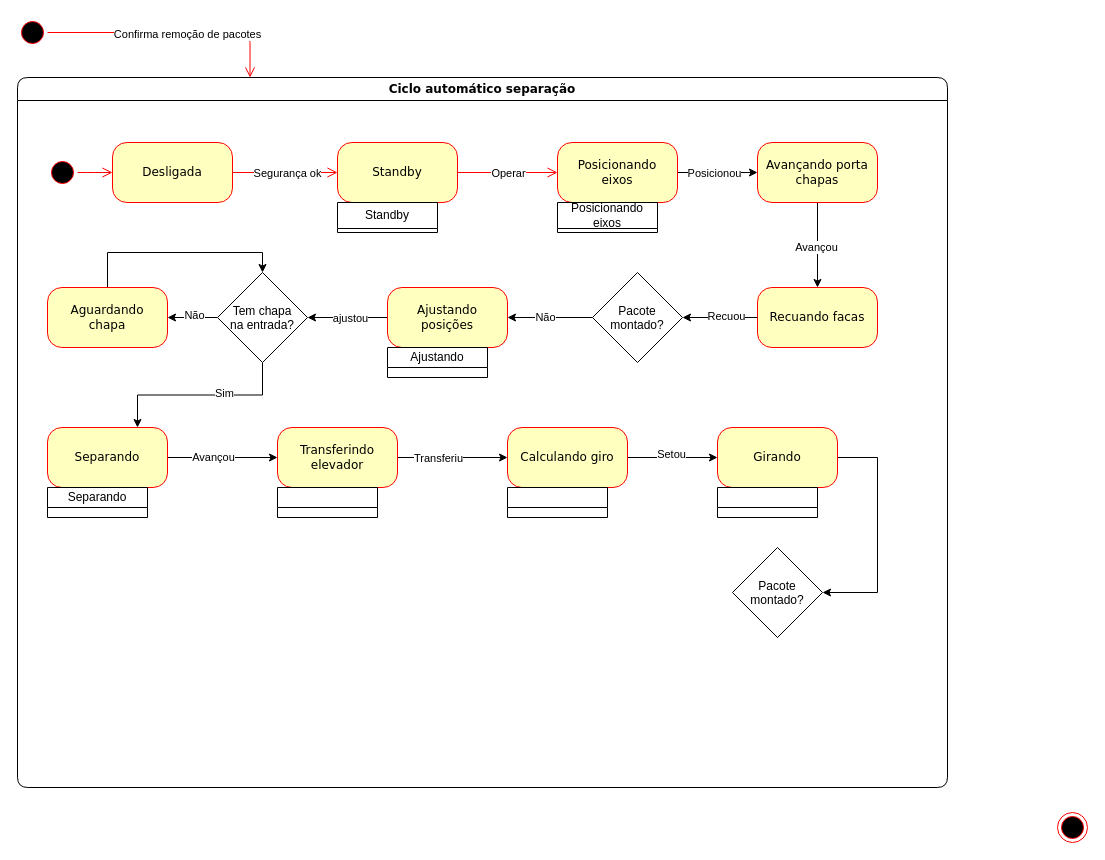
Earlier version of the draw.io diagram page "Separação" (1 of 2) of separar_pacotes_M05511N01.drawio (JonanMuller/WEGDiagrams). Source tidied: cells renumbered, new cells numbered last; positions are measured from the earlier drawing's top-left corner, leaving out a move shared by most shapes. Both pictures are drawn from the tidied source at 100%, with x=0, y=0 at pixel (17, 17).
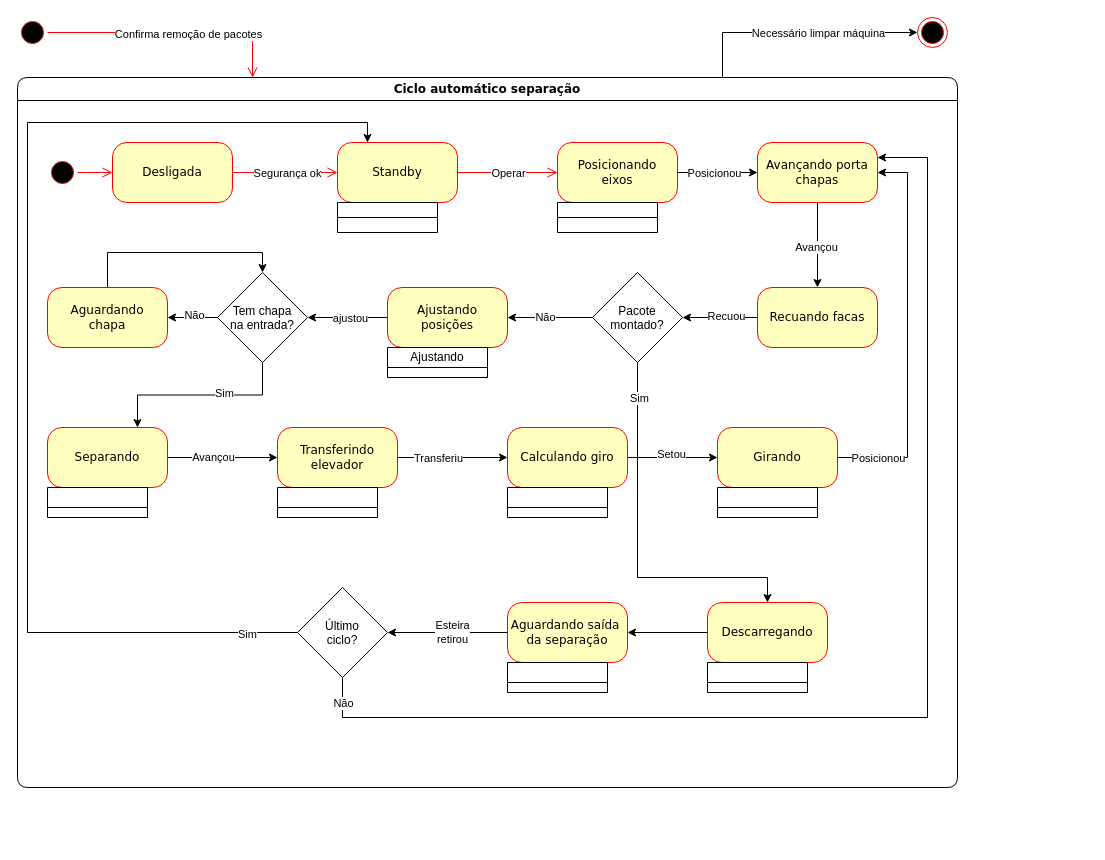
Above is the later version.

The change refers to these unchanged cells:
```xml
<mxCell id="11" value="Standby" style="rounded=1;whiteSpace=wrap;html=1;arcSize=24;fillColor=#ffffc0;strokeColor=#ff0000;shadow=0;comic=0;labelBackgroundColor=none;fontFamily=Verdana;fontSize=12;fontColor=#000000;align=center;" parent="3" vertex="1">
  <mxGeometry x="320" y="65" width="120" height="60" as="geometry" />
</mxCell>
<mxCell id="20" value="Avançando porta&lt;div&gt;chapas&lt;/div&gt;" style="rounded=1;whiteSpace=wrap;html=1;arcSize=24;fillColor=#ffffc0;strokeColor=#ff0000;shadow=0;comic=0;labelBackgroundColor=none;fontFamily=Verdana;fontSize=12;fontColor=#000000;align=center;" parent="3" vertex="1">
  <mxGeometry x="740" y="65" width="120" height="60" as="geometry" />
</mxCell>
<mxCell id="29" value="Pacote&#10;montado?" style="rhombus;" parent="3" vertex="1">
  <mxGeometry x="575" y="195" width="90" height="90" as="geometry" />
</mxCell>
<mxCell id="50" value="Girando" style="rounded=1;whiteSpace=wrap;html=1;arcSize=24;fillColor=#ffffc0;strokeColor=#ff0000;shadow=0;comic=0;labelBackgroundColor=none;fontFamily=Verdana;fontSize=12;fontColor=#000000;align=center;" parent="3" vertex="1">
  <mxGeometry x="700" y="350" width="120" height="60" as="geometry" />
</mxCell>
```

The edit, as a diff of the source:
```diff
@@
+    <mxCell id="57" style="edgeStyle=orthogonalEdgeStyle;rounded=0;jettySize=auto;html=1;exitX=0.75;exitY=0;exitDx=0;exitDy=0;entryX=0;entryY=0.5;entryDx=0;entryDy=0;" parent="1" edge="1" source="3" target="55">
+      <mxGeometry relative="1" as="geometry" />
+    </mxCell>
+    <mxCell id="58" value="Necessário limpar máquina" style="edgeLabel;html=1;align=center;verticalAlign=middle;" parent="57" vertex="1">
+      <mxGeometry x="-0.26" y="2" relative="1" as="geometry">
+        <mxPoint x="51" y="2" as="offset" />
+      </mxGeometry>
+    </mxCell>
     <mxCell id="3" value="Ciclo automático separação" style="swimlane;whiteSpace=wrap;html=1;rounded=1;shadow=0;comic=0;labelBackgroundColor=none;strokeWidth=1;fontFamily=Verdana;fontSize=12;align=center;" parent="1" vertex="1">
-      <mxGeometry y="60" width="930" height="710" as="geometry" />
+      <mxGeometry y="60" width="940" height="710" as="geometry" />
     </mxCell>
@@
-    <mxCell id="16" value="Standby" style="swimlane;fontStyle=0;horizontal=1;startSize=26;fillColor=none;whiteSpace=wrap;html=1;" parent="3" vertex="1" collapsed="1">
+    <mxCell id="16" style="swimlane;fontStyle=0;horizontal=1;startSize=15;fillColor=none;whiteSpace=wrap;html=1;" parent="3" vertex="1" collapsed="1">
       <mxGeometry x="320" y="125" width="100" height="30" as="geometry" />
     </mxCell>
-    <mxCell id="17" value="Posicionando eixos" style="swimlane;fontStyle=0;horizontal=1;startSize=26;fillColor=none;whiteSpace=wrap;html=1;" parent="3" vertex="1" collapsed="1">
+    <mxCell id="17" style="swimlane;fontStyle=0;horizontal=1;startSize=15;fillColor=none;whiteSpace=wrap;html=1;" parent="3" vertex="1" collapsed="1">
       <mxGeometry x="540" y="125" width="100" height="30" as="geometry" />
     </mxCell>
@@
+    <mxCell id="59" style="edgeStyle=orthogonalEdgeStyle;rounded=0;jettySize=auto;html=1;exitX=0.5;exitY=1;exitDx=0;exitDy=0;entryX=0.5;entryY=0;entryDx=0;entryDy=0;" parent="3" edge="1" source="29" target="64">
+      <mxGeometry relative="1" as="geometry">
+        <Array as="points">
+          <mxPoint x="620" y="500" />
+          <mxPoint x="750" y="500" />
+        </Array>
+      </mxGeometry>
+    </mxCell>
+    <mxCell id="60" value="Sim" style="edgeLabel;html=1;align=center;verticalAlign=middle;" parent="59" vertex="1">
+      <mxGeometry x="-0.81" y="1" relative="1" as="geometry" />
+    </mxCell>
@@
-    <mxCell id="49" style="edgeStyle=orthogonalEdgeStyle;rounded=0;jettySize=auto;html=1;exitX=1;exitY=0.5;exitDx=0;exitDy=0;entryX=1;entryY=0.5;entryDx=0;entryDy=0;" parent="3" edge="1" source="50" target="52">
-      <mxGeometry relative="1" as="geometry">
-        <Array as="points">
-          <mxPoint x="860" y="380" />
-          <mxPoint x="860" y="515" />
-        </Array>
-      </mxGeometry>
-    </mxCell>
+    <mxCell id="61" style="edgeStyle=orthogonalEdgeStyle;rounded=0;jettySize=auto;html=1;exitX=1;exitY=0.5;exitDx=0;exitDy=0;entryX=1;entryY=0.5;entryDx=0;entryDy=0;" parent="3" edge="1" source="50" target="20">
+      <mxGeometry relative="1" as="geometry">
+        <Array as="points">
+          <mxPoint x="890" y="380" />
+          <mxPoint x="890" y="95" />
+        </Array>
+      </mxGeometry>
+    </mxCell>
+    <mxCell id="62" value="Posicionou" style="edgeLabel;html=1;align=center;verticalAlign=middle;" parent="61" vertex="1">
+      <mxGeometry x="-0.86" y="-1" relative="1" as="geometry">
+        <mxPoint x="13" y="-1" as="offset" />
+      </mxGeometry>
+    </mxCell>
@@
-    <mxCell id="52" value="Pacote&#10;montado?" style="rhombus;" parent="3" vertex="1">
-      <mxGeometry x="715" y="470" width="90" height="90" as="geometry" />
-    </mxCell>
+    <mxCell id="63" style="edgeStyle=orthogonalEdgeStyle;rounded=0;jettySize=auto;html=1;" parent="3" edge="1" source="64" target="68">
+      <mxGeometry relative="1" as="geometry" />
+    </mxCell>
+    <mxCell id="64" value="Descarregando" style="rounded=1;whiteSpace=wrap;html=1;arcSize=24;fillColor=#ffffc0;strokeColor=#ff0000;shadow=0;comic=0;labelBackgroundColor=none;fontFamily=Verdana;fontSize=12;fontColor=#000000;align=center;" parent="3" vertex="1">
+      <mxGeometry x="690" y="525" width="120" height="60" as="geometry" />
+    </mxCell>
+    <mxCell id="65" style="swimlane;fontStyle=0;horizontal=1;startSize=20;fillColor=none;whiteSpace=wrap;html=1;" parent="3" vertex="1" collapsed="1">
+      <mxGeometry x="690" y="585" width="100" height="30" as="geometry" />
+    </mxCell>
+    <mxCell id="66" style="edgeStyle=orthogonalEdgeStyle;rounded=0;jettySize=auto;html=1;" parent="3" edge="1" source="68" target="74">
+      <mxGeometry relative="1" as="geometry" />
+    </mxCell>
+    <mxCell id="67" value="Esteira&lt;div&gt;retirou&lt;/div&gt;" style="edgeLabel;html=1;align=center;verticalAlign=middle;" parent="66" vertex="1">
+      <mxGeometry x="-0.07" y="-1" relative="1" as="geometry" />
+    </mxCell>
+    <mxCell id="68" value="Aguardando saída&amp;nbsp;&lt;div&gt;da separação&lt;/div&gt;" style="rounded=1;whiteSpace=wrap;html=1;arcSize=24;fillColor=#ffffc0;strokeColor=#ff0000;shadow=0;comic=0;labelBackgroundColor=none;fontFamily=Verdana;fontSize=12;fontColor=#000000;align=center;" parent="3" vertex="1">
+      <mxGeometry x="490" y="525" width="120" height="60" as="geometry" />
+    </mxCell>
+    <mxCell id="69" style="swimlane;fontStyle=0;horizontal=1;startSize=20;fillColor=none;whiteSpace=wrap;html=1;" parent="3" vertex="1" collapsed="1">
+      <mxGeometry x="490" y="585" width="100" height="30" as="geometry" />
+    </mxCell>
+    <mxCell id="70" style="edgeStyle=orthogonalEdgeStyle;rounded=0;jettySize=auto;html=1;exitX=0;exitY=0.5;exitDx=0;exitDy=0;entryX=0.25;entryY=0;entryDx=0;entryDy=0;" parent="3" edge="1" source="74" target="11">
+      <mxGeometry relative="1" as="geometry">
+        <Array as="points">
+          <mxPoint x="10" y="555" />
+          <mxPoint x="10" y="45" />
+          <mxPoint x="350" y="45" />
+        </Array>
+      </mxGeometry>
+    </mxCell>
+    <mxCell id="71" value="Sim" style="edgeLabel;html=1;align=center;verticalAlign=middle;" parent="70" vertex="1">
+      <mxGeometry x="-0.91" y="1" relative="1" as="geometry" />
+    </mxCell>
+    <mxCell id="72" style="edgeStyle=orthogonalEdgeStyle;rounded=0;jettySize=auto;html=1;exitX=0.5;exitY=1;exitDx=0;exitDy=0;entryX=1;entryY=0.25;entryDx=0;entryDy=0;" parent="3" edge="1" source="74" target="20">
+      <mxGeometry relative="1" as="geometry">
+        <Array as="points">
+          <mxPoint x="325" y="640" />
+          <mxPoint x="910" y="640" />
+          <mxPoint x="910" y="80" />
+        </Array>
+      </mxGeometry>
+    </mxCell>
+    <mxCell id="73" value="Não" style="edgeLabel;html=1;align=center;verticalAlign=middle;" parent="72" vertex="1">
+      <mxGeometry x="-0.96" relative="1" as="geometry" />
+    </mxCell>
+    <mxCell id="74" value="Último&#10;ciclo?" style="rhombus;" parent="3" vertex="1">
+      <mxGeometry x="280" y="510" width="90" height="90" as="geometry" />
+    </mxCell>
@@
     <mxCell id="55" style="ellipse;html=1;shape=endState;fillColor=#000000;strokeColor=#ff0000;rounded=1;shadow=0;comic=0;labelBackgroundColor=none;fontFamily=Verdana;fontSize=12;fontColor=#000000;align=center;" parent="1" vertex="1">
-      <mxGeometry x="1040" y="795" width="30" height="30" as="geometry" />
+      <mxGeometry x="900" width="30" height="30" as="geometry" />
     </mxCell>
-    <mxCell id="56" value="Separando" style="swimlane;fontStyle=0;horizontal=1;startSize=20;fillColor=none;whiteSpace=wrap;html=1;" parent="1" vertex="1" collapsed="1">
+    <mxCell id="56" style="swimlane;fontStyle=0;horizontal=1;startSize=20;fillColor=none;whiteSpace=wrap;html=1;" parent="1" vertex="1" collapsed="1">
       <mxGeometry x="30" y="470" width="100" height="30" as="geometry" />
     </mxCell>
```
